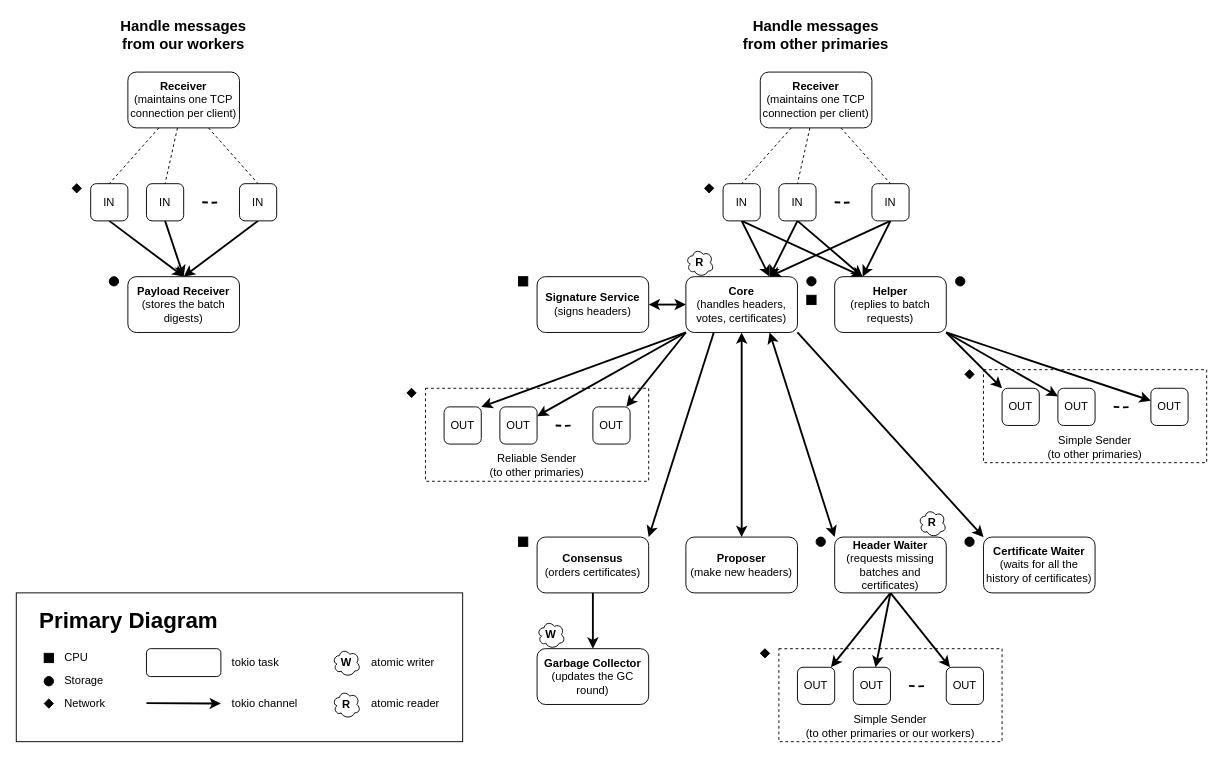
Above: page "primary" (2 of 2) of .assets/diagram.drawio in facebookresearch/narwhal (draw.io), before the change. Source tidied: cells renumbered, new cells numbered last; positions are measured from the earlier drawing's top-left corner, leaving out a move shared by most shapes. Both pictures are drawn from the tidied source at 93%, with x=0, y=0 at pixel (16, 16).
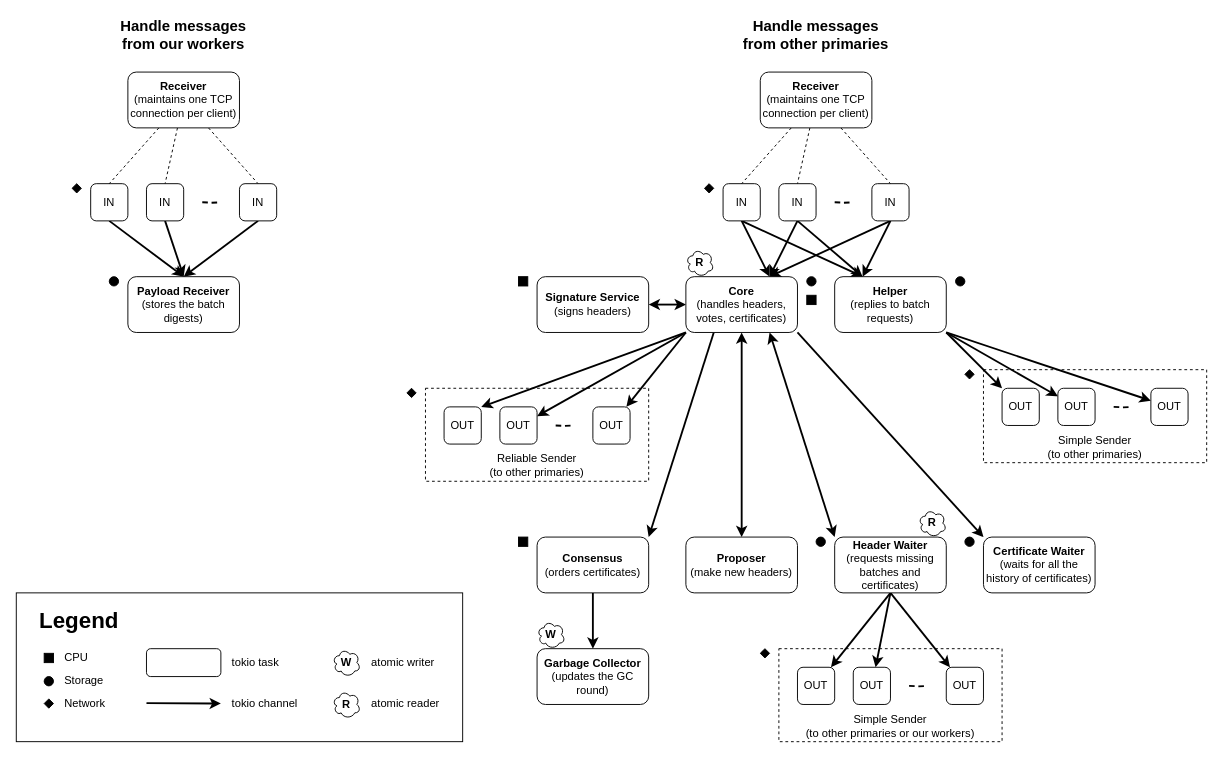
Above is the later version.

The edit, as a diff of the source:
```diff
@@
-    <mxCell id="72" value="&lt;p style=&quot;line-height: 130%&quot;&gt;&lt;/p&gt;&lt;h1&gt;Primary Diagram&lt;br&gt;&lt;/h1&gt;&lt;p&gt;&lt;/p&gt;" style="text;html=1;strokeColor=none;fillColor=none;spacing=5;spacingTop=-20;whiteSpace=wrap;overflow=hidden;rounded=0;align=left;" parent="1" vertex="1">
+    <mxCell id="72" value="&lt;p style=&quot;line-height: 130%&quot;&gt;&lt;/p&gt;&lt;h1&gt;Legend&lt;br&gt;&lt;/h1&gt;&lt;p&gt;&lt;/p&gt;" style="text;html=1;strokeColor=none;fillColor=none;spacing=5;spacingTop=-20;whiteSpace=wrap;overflow=hidden;rounded=0;align=left;" parent="1" vertex="1">
       <mxGeometry x="20" y="630" width="280" height="40" as="geometry" />
     </mxCell>
```
